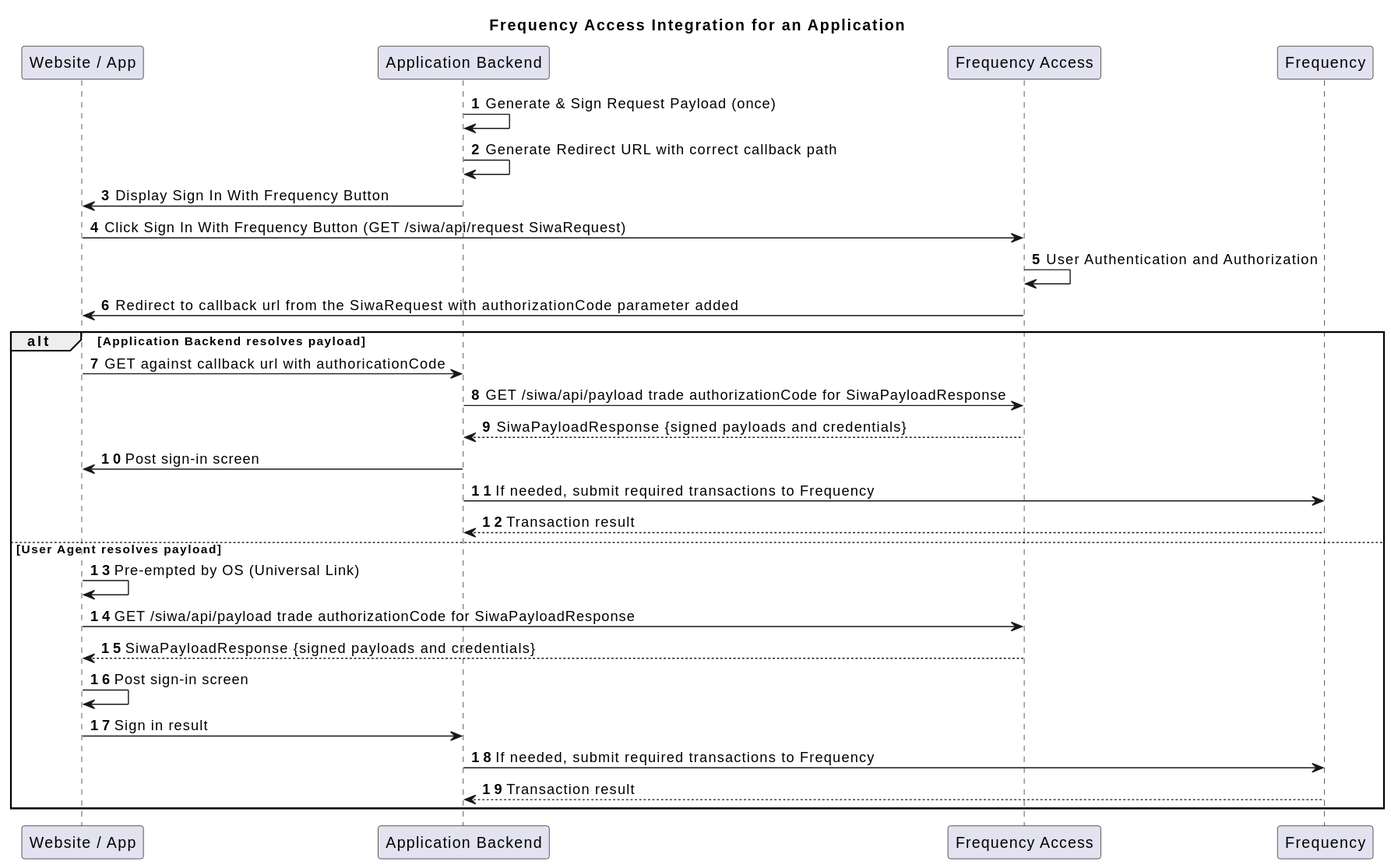
The PlantUML diagram docs/src/Actions/flow.svg in ProjectLibertyLabs/siwa, before a commit.
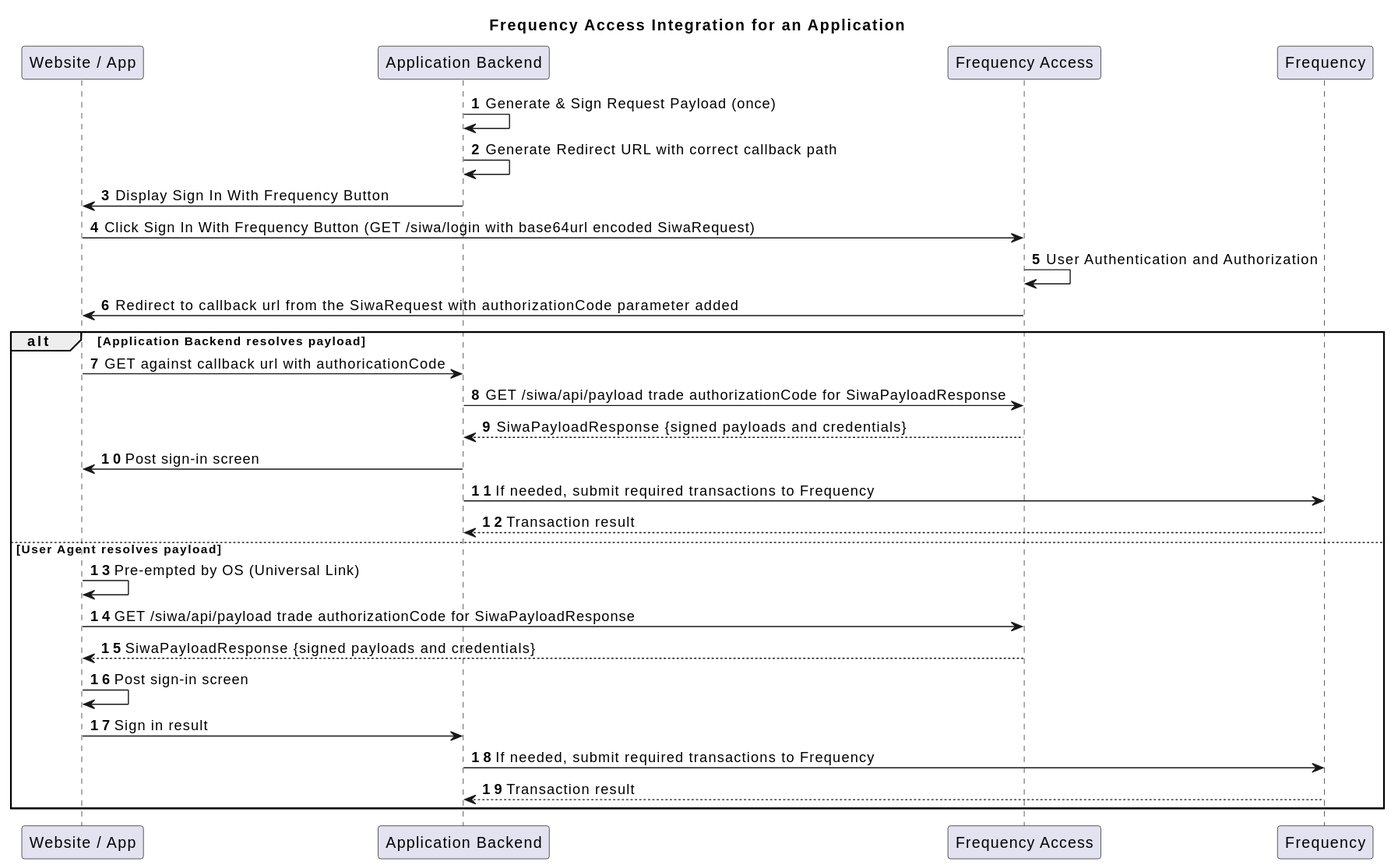
Above is the later version.

The edit, as a diff of the source:
```diff
@@ -9,7 +9,7 @@
 p->p: Generate & Sign Request Payload (once)
 p->p: Generate Redirect URL with correct callback path
 p->ua: Display Sign In With Frequency Button
-ua->fa: Click Sign In With Frequency Button (GET /siwa/api/request SiwaRequest)
+ua->fa: Click Sign In With Frequency Button (GET /siwa/login with base64url encoded SiwaRequest)
 fa->fa: User Authentication and Authorization
 fa->ua: Redirect to callback url from the SiwaRequest with authorizationCode parameter added
 alt Application Backend resolves payload
```
